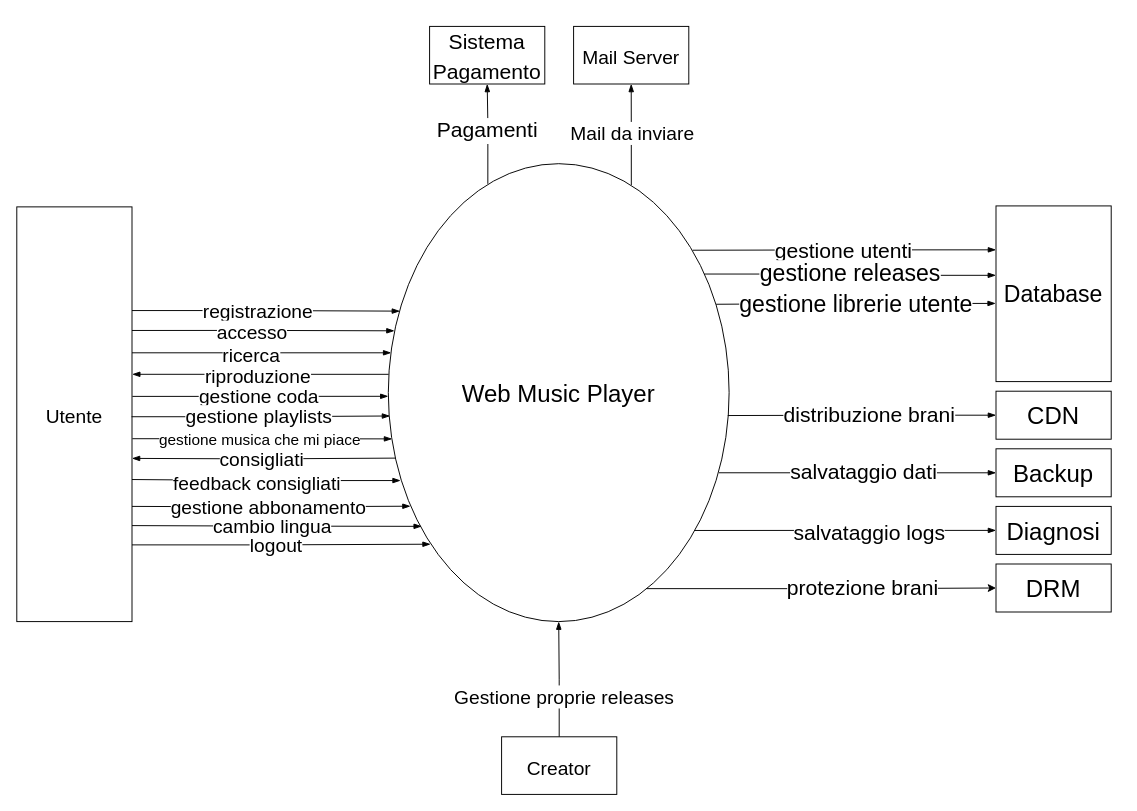
Before: Altri diagrammi/Diagramma Contesto.drawio in web-music-player/docs, a draw.io diagram. Source tidied: cells renumbered, new cells numbered last; positions are measured from the earlier drawing's top-left corner, leaving out a move shared by most shapes. Both pictures are drawn from the tidied source at 96%, with x=0, y=0 at pixel (16, 26).
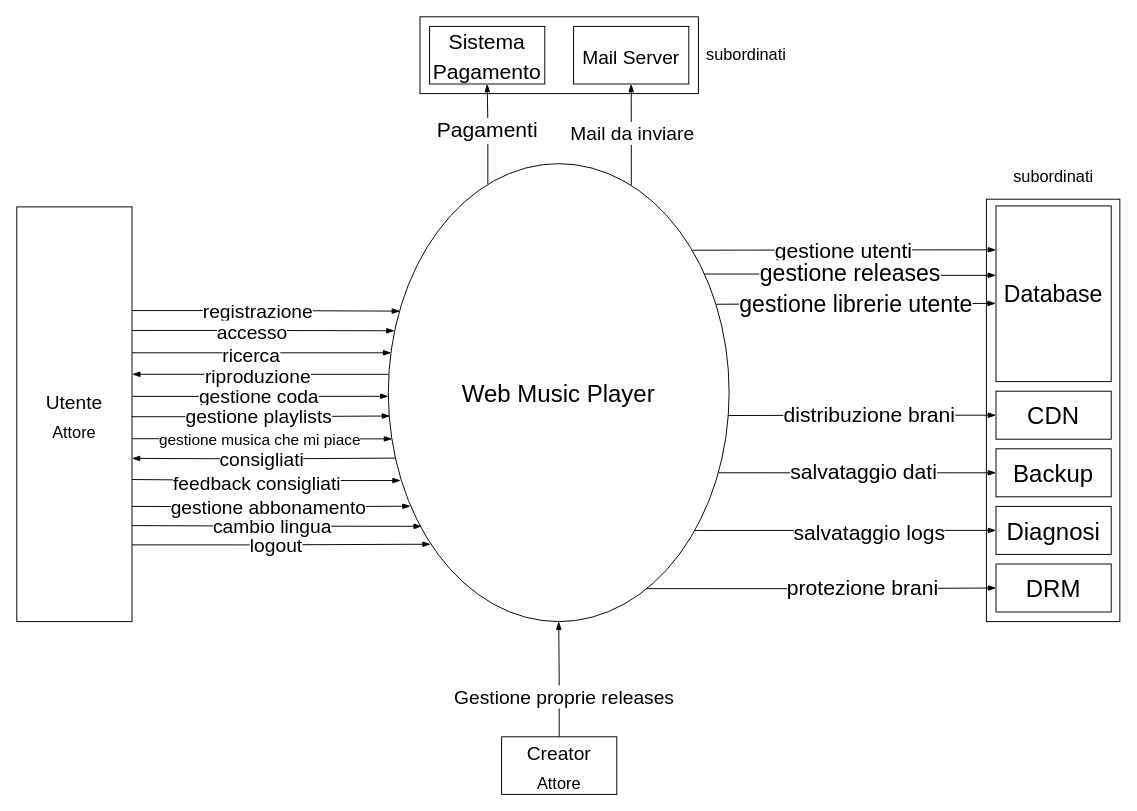
The same diagram, later.

Commit message:
Aggiunta specifica tipo sistemi

The change refers to these unchanged cells:
```xml
<mxCell id="4" value="&lt;font style=&quot;font-size: 25px;&quot;&gt;Web Music Player&lt;br&gt;&lt;/font&gt;" style="ellipse;whiteSpace=wrap;html=1;" parent="1" vertex="1">
  <mxGeometry x="387" y="143" width="355" height="477" as="geometry" />
</mxCell>
<mxCell id="51" value="DRM" style="rounded=0;whiteSpace=wrap;html=1;fontSize=25;" parent="1" vertex="1">
  <mxGeometry x="1020" y="560" width="120" height="50" as="geometry" />
</mxCell>
```

What changed in the source:
```diff
@@
-    <mxCell id="8" value="&lt;font style=&quot;font-size: 20px;&quot;&gt;Creator&lt;/font&gt;" style="rounded=0;whiteSpace=wrap;html=1;fontSize=25;" parent="1" vertex="1">
+    <mxCell id="8" value="&lt;div&gt;&lt;font style=&quot;font-size: 20px;&quot;&gt;Creator&lt;/font&gt;&lt;/div&gt;&lt;font style=&quot;font-size: 17px;&quot;&gt;Attore&lt;/font&gt;" style="rounded=0;whiteSpace=wrap;html=1;fontSize=25;" parent="1" vertex="1">
       <mxGeometry x="505" y="740" width="120" height="60" as="geometry" />
     </mxCell>
@@
-    <mxCell id="15" value="&lt;font style=&quot;font-size: 20px;&quot;&gt;Utente&lt;/font&gt;" style="rounded=0;whiteSpace=wrap;html=1;fontSize=25;" parent="1" vertex="1">
+    <mxCell id="15" value="&lt;div&gt;&lt;font style=&quot;font-size: 20px;&quot;&gt;Utente&lt;/font&gt;&lt;/div&gt;&lt;font style=&quot;font-size: 17px;&quot;&gt;Attore&lt;/font&gt;" style="rounded=0;whiteSpace=wrap;html=1;fontSize=25;" parent="1" vertex="1">
       <mxGeometry y="188" width="120" height="432" as="geometry" />
     </mxCell>
@@
-    <mxCell id="49" style="edgeStyle=orthogonalEdgeStyle;rounded=0;jettySize=auto;html=1;exitX=0.757;exitY=0.928;exitDx=0;exitDy=0;entryX=0;entryY=0.5;entryDx=0;entryDy=0;startArrow=none;startFill=0;exitPerimeter=0;" parent="1" edge="1" source="4" target="51">
+    <mxCell id="49" style="edgeStyle=orthogonalEdgeStyle;rounded=0;jettySize=auto;html=1;exitX=0.757;exitY=0.928;exitDx=0;exitDy=0;entryX=0;entryY=0.5;entryDx=0;entryDy=0;startArrow=none;startFill=0;exitPerimeter=0;endArrow=blockThin;endFill=1;" parent="1" edge="1" source="4" target="51">
       <mxGeometry relative="1" as="geometry" />
     </mxCell>
@@
+    <mxCell id="56" style="whiteSpace=wrap;html=1;fontSize=17;fillColor=none;" parent="1" vertex="1">
+      <mxGeometry x="420" y="-10" width="290" height="80" as="geometry" />
+    </mxCell>
+    <mxCell id="57" style="whiteSpace=wrap;html=1;fontSize=17;fillColor=none;" parent="1" vertex="1">
+      <mxGeometry x="1010" y="180" width="139" height="440" as="geometry" />
+    </mxCell>
+    <mxCell id="58" value="subordinati" style="text;html=1;strokeColor=none;fillColor=none;align=center;verticalAlign=middle;whiteSpace=wrap;rounded=0;fontSize=17;" parent="1" vertex="1">
+      <mxGeometry x="730" y="15" width="60" height="30" as="geometry" />
+    </mxCell>
+    <mxCell id="59" value="subordinati" style="text;html=1;strokeColor=none;fillColor=none;align=center;verticalAlign=middle;whiteSpace=wrap;rounded=0;fontSize=17;" parent="1" vertex="1">
+      <mxGeometry x="1049.5" y="143" width="60" height="30" as="geometry" />
+    </mxCell>
```
